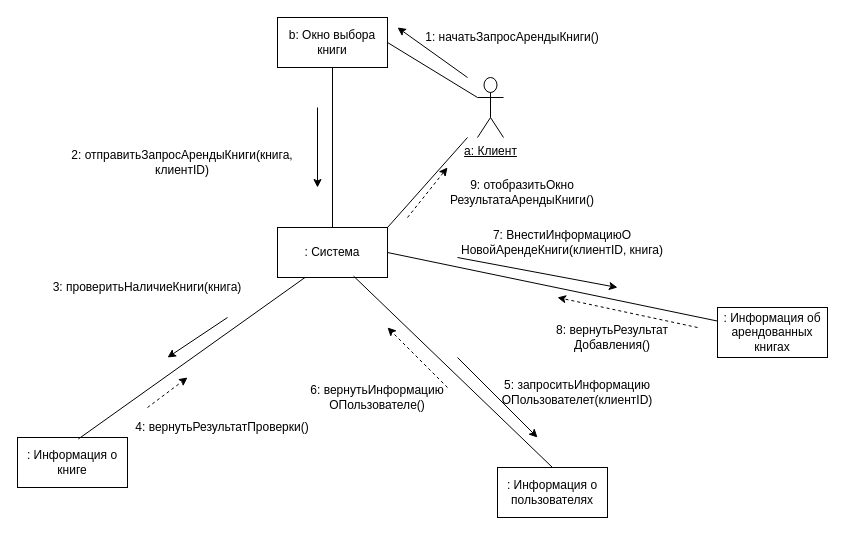
Deviky/FOREVASIAOD keeps this draw.io diagram as БиблиотекаКооперация.drawio. Above is the earlier version. Source tidied: cells renumbered, new cells numbered last; positions are measured from the earlier drawing's top-left corner, leaving out a move shared by most shapes. Both pictures are drawn from the tidied source at 100%, with x=0, y=0 at pixel (17, 17).
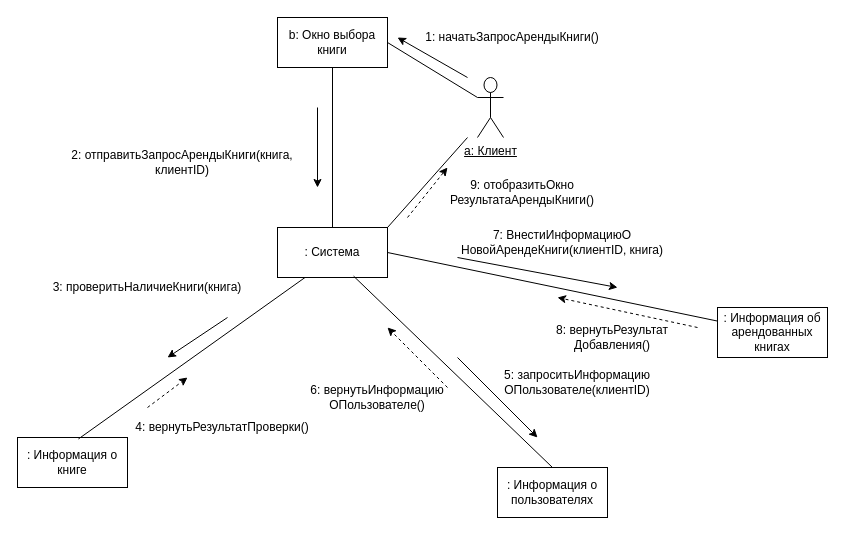
Above is the later version.

Diff of the diagram source:
```diff
@@
     <mxCell id="12" style="endArrow=classic;html=1;rounded=0;" parent="1" edge="1">
       <mxGeometry relative="1" as="geometry">
         <mxPoint x="450" y="60" as="sourcePoint" />
-        <mxPoint x="380" y="10" as="targetPoint" />
+        <mxPoint x="380" y="20" as="targetPoint" />
       </mxGeometry>
     </mxCell>
@@
-    <mxCell id="16" value="5: запроситьИнформацию&lt;div&gt;ОПользователе&lt;span style=&quot;background-color: initial;&quot;&gt;т(клиентID)&lt;/span&gt;&lt;/div&gt;" style="text;html=1;align=center;verticalAlign=middle;whiteSpace=wrap;rounded=0;" parent="1" vertex="1">
-      <mxGeometry x="480" y="360" width="160" height="30" as="geometry" />
+    <mxCell id="16" value="5: запроситьИнформацию&lt;div&gt;ОПользователе&lt;span style=&quot;background-color: initial;&quot;&gt;(клиентID)&lt;/span&gt;&lt;/div&gt;" style="text;html=1;align=center;verticalAlign=middle;whiteSpace=wrap;rounded=0;" parent="1" vertex="1">
+      <mxGeometry x="480" y="350" width="160" height="30" as="geometry" />
     </mxCell>
```
